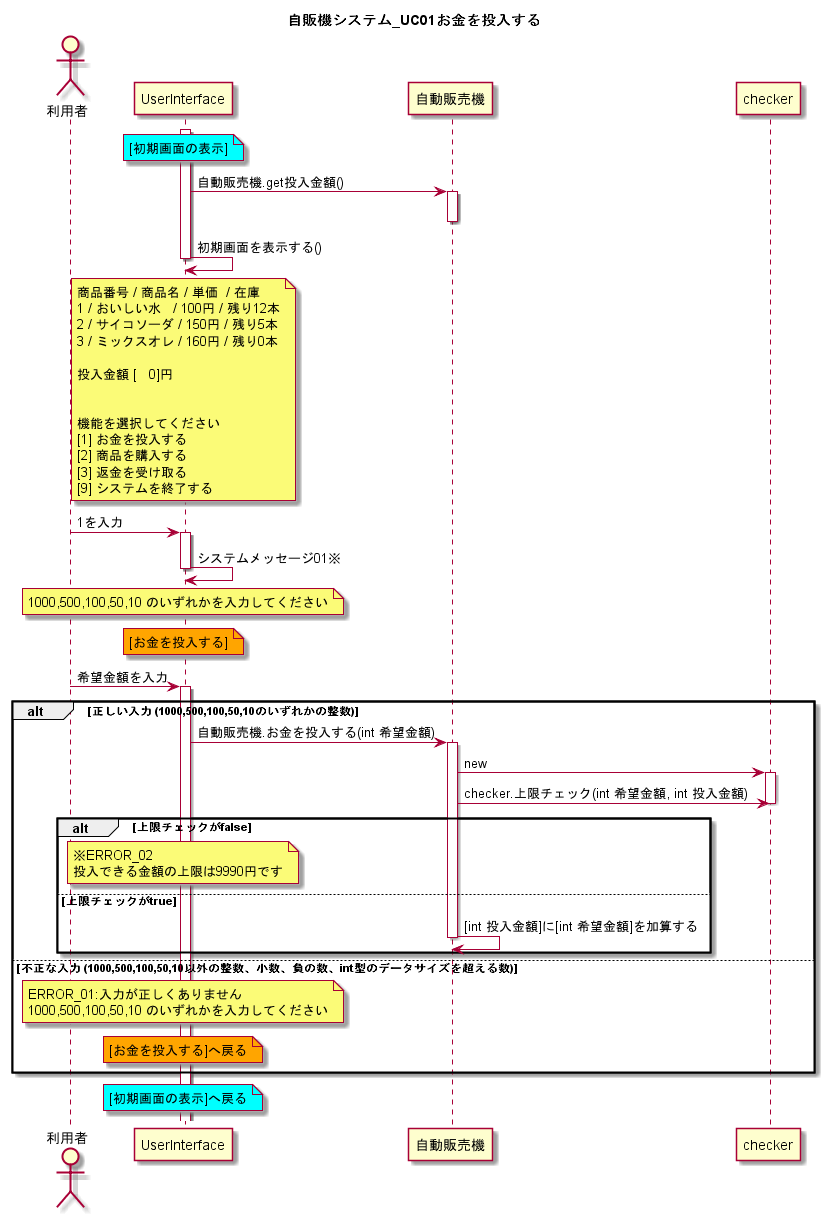
The PlantUML diagram UML_class_sequence/自販機システム_UC01お金を投入する.png in W-Nakayama-24/VendingMachine_CUI, before a commit.
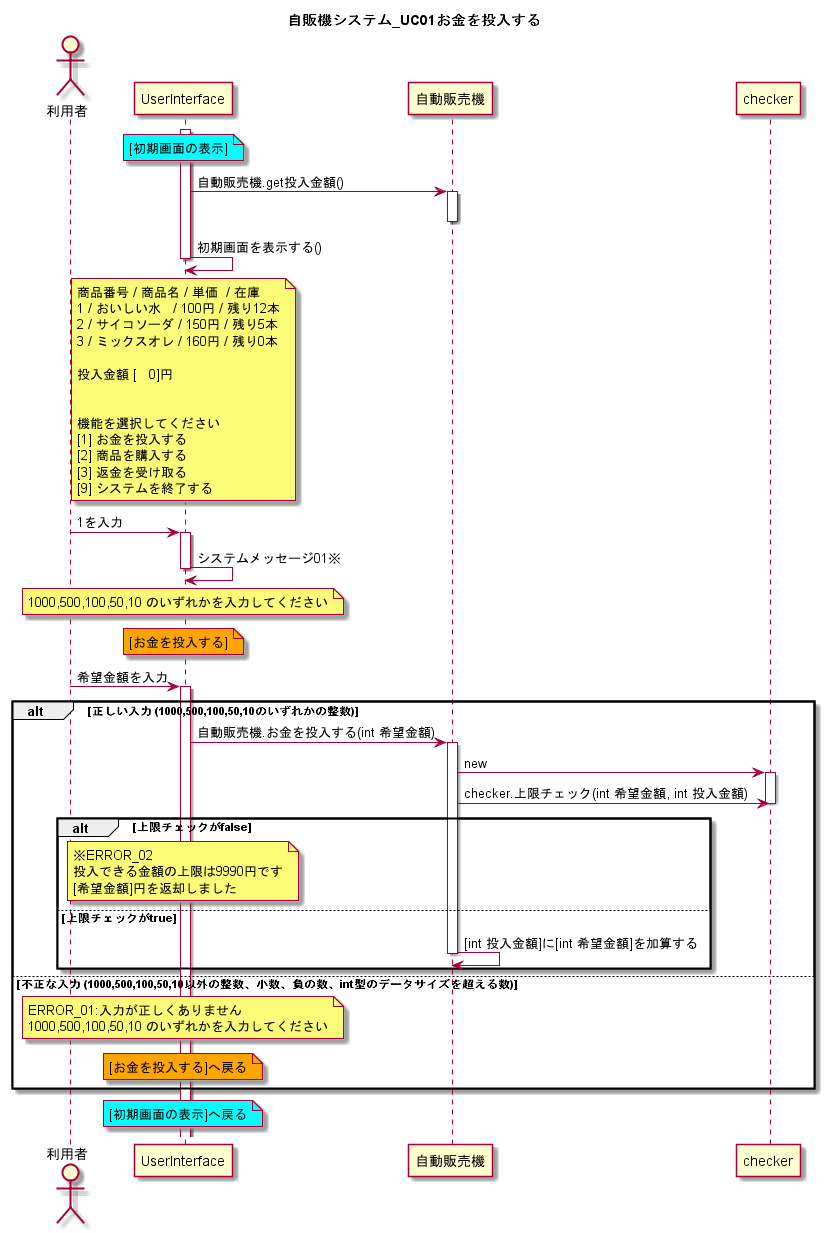
The same diagram one commit later.

Commit message:
FIX sequence01_errorMessage02

【入力金額は正常だが、投入金額の上限を超える場合】 エラーの通知だけでなく、入力金額を返却したことを示す文言を追加
以上の修正をシーケンス図に反映

Diff of the diagram source:
```diff
@@ -62,6 +62,7 @@
     note over UserInterface
     ※ERROR_02
     投入できる金額の上限は9990円です
+    [希望金額]円を返却しました
     end note
 
 else 上限チェックがtrue
```
